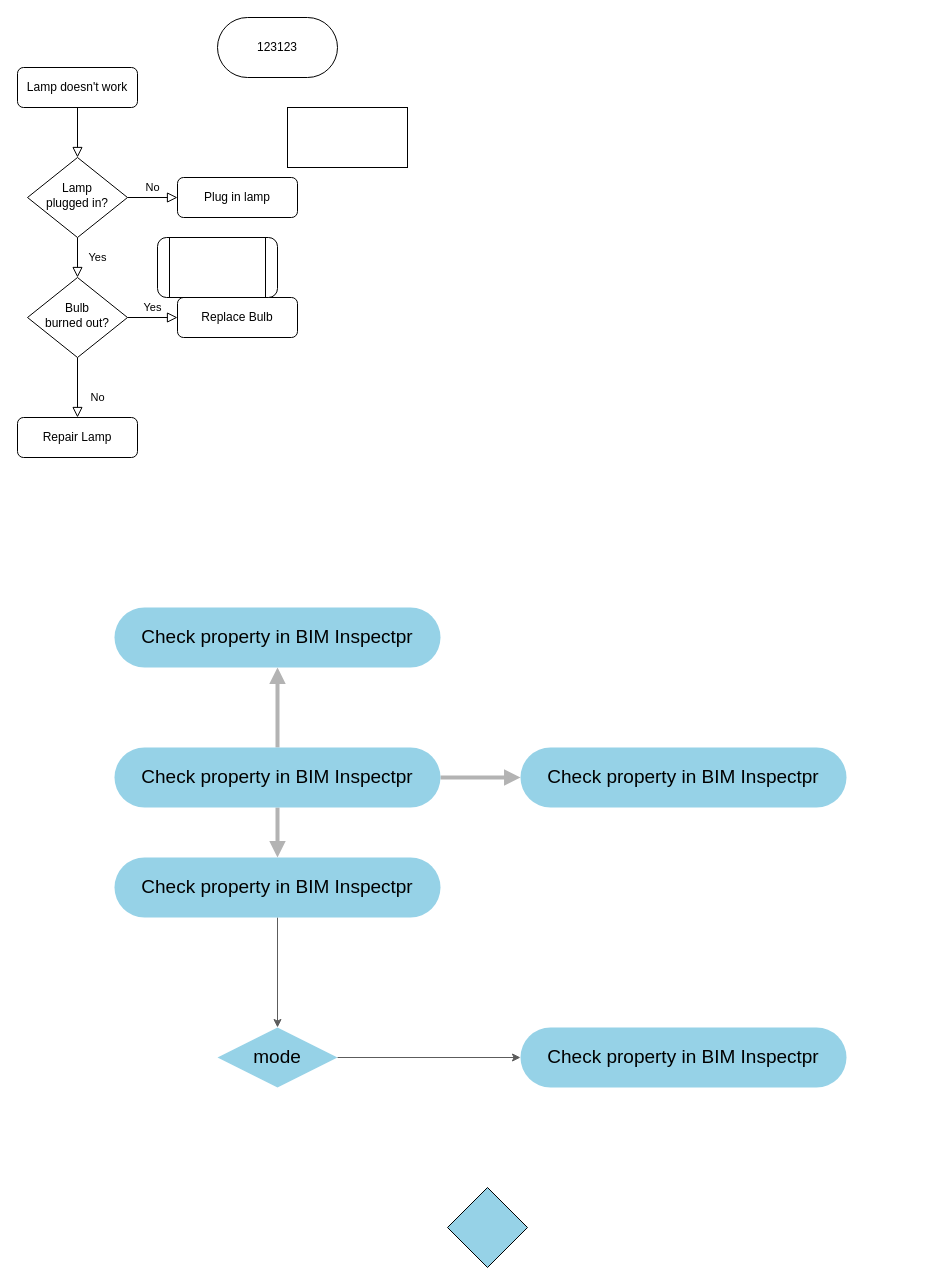
EricHsuYC/EricHsuYC.github.io keeps this draw.io diagram as Untitled Diagram.drawio. Above is the earlier version. Source tidied: cells renumbered, new cells numbered last; positions are measured from the earlier drawing's top-left corner, leaving out a move shared by most shapes. Both pictures are drawn from the tidied source at 100%, with x=0, y=0 at pixel (17, 17).
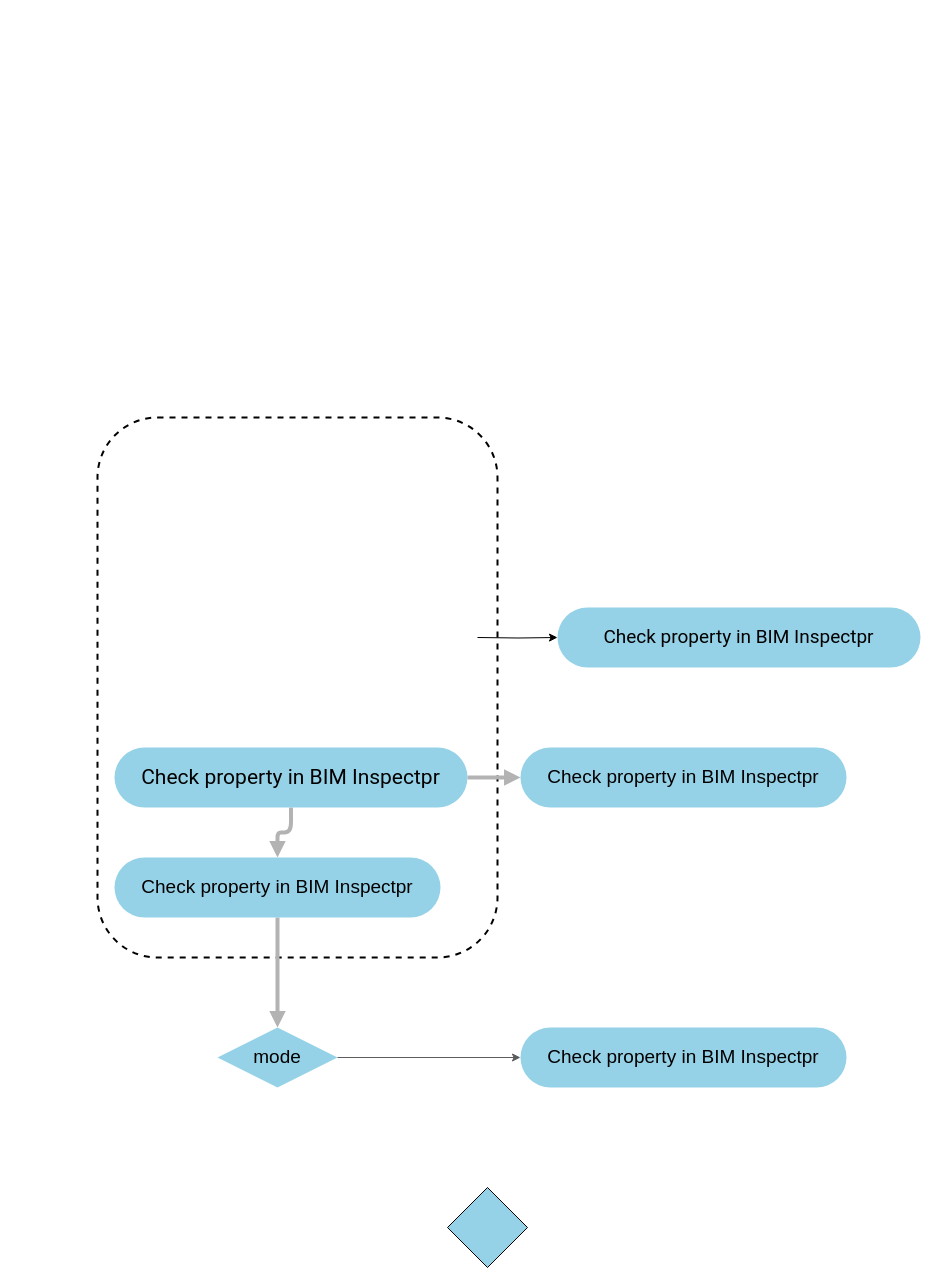
The same page after the edit.

Unchanged cells that the change refers to:
```xml
<mxCell id="23" value="&lt;font style=&quot;font-size: 19px&quot;&gt;Check property in BIM Inspectpr&lt;/font&gt;" style="rounded=1;whiteSpace=wrap;html=1;arcSize=50;fillColor=#96D2E7;strokeColor=none;" parent="1" vertex="1">
  <mxGeometry x="97" y="840" width="326" height="60" as="geometry" />
</mxCell>
<mxCell id="25" value="&lt;font style=&quot;font-size: 19px&quot;&gt;mode&lt;/font&gt;" style="rhombus;whiteSpace=wrap;html=1;rounded=0;comic=0;strokeColor=none;fillColor=#96D2E7;" parent="1" vertex="1">
  <mxGeometry x="200" y="1010" width="120" height="60" as="geometry" />
</mxCell>
```

Diff of the diagram source:
```diff
@@
-    <mxCell id="2" style="rounded=0;html=1;jettySize=auto;fontSize=11;endArrow=block;endFill=0;endSize=8;strokeWidth=1;shadow=0;labelBackgroundColor=none;edgeStyle=orthogonalEdgeStyle;" parent="1" edge="1" source="3" target="6">
-      <mxGeometry relative="1" as="geometry" />
-    </mxCell>
-    <mxCell id="3" value="Lamp doesn't work" style="rounded=1;whiteSpace=wrap;html=1;fontSize=12;glass=0;strokeWidth=1;shadow=0;" parent="1" vertex="1">
-      <mxGeometry y="50" width="120" height="40" as="geometry" />
-    </mxCell>
-    <mxCell id="4" value="Yes" style="rounded=0;html=1;jettySize=auto;fontSize=11;endArrow=block;endFill=0;endSize=8;strokeWidth=1;shadow=0;labelBackgroundColor=none;edgeStyle=orthogonalEdgeStyle;" parent="1" edge="1" source="6" target="10">
-      <mxGeometry y="20" relative="1" as="geometry" />
-    </mxCell>
-    <mxCell id="5" value="No" style="edgeStyle=orthogonalEdgeStyle;rounded=0;html=1;jettySize=auto;fontSize=11;endArrow=block;endFill=0;endSize=8;strokeWidth=1;shadow=0;labelBackgroundColor=none;" parent="1" edge="1" source="6" target="7">
-      <mxGeometry y="10" relative="1" as="geometry" />
-    </mxCell>
-    <mxCell id="6" value="Lamp&lt;br&gt;plugged in?" style="rhombus;whiteSpace=wrap;html=1;shadow=0;fontFamily=Helvetica;fontSize=12;align=center;strokeWidth=1;spacing=6;spacingTop=-4;" parent="1" vertex="1">
-      <mxGeometry x="10" y="140" width="100" height="80" as="geometry" />
-    </mxCell>
-    <mxCell id="7" value="Plug in lamp" style="rounded=1;whiteSpace=wrap;html=1;fontSize=12;glass=0;strokeWidth=1;shadow=0;" parent="1" vertex="1">
-      <mxGeometry x="160" y="160" width="120" height="40" as="geometry" />
-    </mxCell>
-    <mxCell id="8" value="No" style="rounded=0;html=1;jettySize=auto;fontSize=11;endArrow=block;endFill=0;endSize=8;strokeWidth=1;shadow=0;labelBackgroundColor=none;edgeStyle=orthogonalEdgeStyle;" parent="1" edge="1" source="10" target="11">
-      <mxGeometry x="0.33" y="20" relative="1" as="geometry" />
-    </mxCell>
-    <mxCell id="9" value="Yes" style="edgeStyle=orthogonalEdgeStyle;rounded=0;html=1;jettySize=auto;fontSize=11;endArrow=block;endFill=0;endSize=8;strokeWidth=1;shadow=0;labelBackgroundColor=none;" parent="1" edge="1" source="10" target="12">
-      <mxGeometry y="10" relative="1" as="geometry" />
-    </mxCell>
-    <mxCell id="10" value="Bulb&lt;br&gt;burned out?" style="rhombus;whiteSpace=wrap;html=1;shadow=0;fontFamily=Helvetica;fontSize=12;align=center;strokeWidth=1;spacing=6;spacingTop=-4;" parent="1" vertex="1">
-      <mxGeometry x="10" y="260" width="100" height="80" as="geometry" />
-    </mxCell>
-    <mxCell id="11" value="Repair Lamp" style="rounded=1;whiteSpace=wrap;html=1;fontSize=12;glass=0;strokeWidth=1;shadow=0;" parent="1" vertex="1">
-      <mxGeometry y="400" width="120" height="40" as="geometry" />
-    </mxCell>
-    <mxCell id="12" value="Replace Bulb" style="rounded=1;whiteSpace=wrap;html=1;fontSize=12;glass=0;strokeWidth=1;shadow=0;" parent="1" vertex="1">
-      <mxGeometry x="160" y="280" width="120" height="40" as="geometry" />
-    </mxCell>
-    <mxCell id="13" value="123123" style="rounded=1;whiteSpace=wrap;html=1;arcSize=50;" parent="1" vertex="1">
-      <mxGeometry x="200" width="120" height="60" as="geometry" />
-    </mxCell>
-    <mxCell id="14" style="shape=process;whiteSpace=wrap;html=1;backgroundOutline=1;rounded=1;" parent="1" vertex="1">
-      <mxGeometry x="140" y="220" width="120" height="60" as="geometry" />
-    </mxCell>
-    <mxCell id="15" style="shape=process;whiteSpace=wrap;html=1;backgroundOutline=1;rounded=0;size=0;" parent="1" vertex="1">
-      <mxGeometry x="270" y="90" width="120" height="60" as="geometry" />
-    </mxCell>
+    <mxCell id="28" style="rounded=1;whiteSpace=wrap;html=1;fontFamily=Verdana;fillColor=none;dashed=1;perimeterSpacing=1;strokeWidth=2;" parent="1" vertex="1">
+      <mxGeometry x="80" y="400" width="400" height="540" as="geometry" />
+    </mxCell>
@@
-    <mxCell id="18" style="edgeStyle=orthogonalEdgeStyle;rounded=1;jettySize=auto;html=1;startArrow=none;startFill=0;endArrow=block;endFill=1;strokeColor=#B3B3B3;strokeWidth=4;" parent="1" edge="1" source="19" target="20">
-      <mxGeometry relative="1" as="geometry" />
-    </mxCell>
-    <mxCell id="19" value="&lt;font style=&quot;font-size: 19px&quot;&gt;Check property in BIM Inspectpr&lt;/font&gt;" style="rounded=1;whiteSpace=wrap;html=1;arcSize=50;fillColor=#96D2E7;strokeColor=none;" parent="1" vertex="1">
-      <mxGeometry x="97" y="730" width="326" height="60" as="geometry" />
+    <mxCell id="19" value="&lt;font style=&quot;font-size: 21px&quot; face=&quot;Roboto&quot;&gt;Check property in BIM Inspectpr&lt;/font&gt;" style="rounded=1;whiteSpace=wrap;html=1;arcSize=50;fillColor=#96D2E7;strokeColor=none;" parent="1" vertex="1">
+      <mxGeometry x="97" y="730" width="353" height="60" as="geometry" />
     </mxCell>
+    <mxCell id="29" style="edgeStyle=orthogonalEdgeStyle;rounded=0;jettySize=auto;html=1;fontFamily=Verdana;" parent="1" edge="1" target="20">
+      <mxGeometry relative="1" as="geometry">
+        <mxPoint x="460" y="620" as="sourcePoint" />
+      </mxGeometry>
+    </mxCell>
-    <mxCell id="20" value="&lt;font style=&quot;font-size: 19px&quot;&gt;Check property in BIM Inspectpr&lt;/font&gt;" style="rounded=1;whiteSpace=wrap;html=1;arcSize=50;fillColor=#96D2E7;strokeColor=none;" parent="1" vertex="1">
-      <mxGeometry x="97" y="590" width="326" height="60" as="geometry" />
+    <mxCell id="20" value="&lt;font style=&quot;font-size: 19px&quot;&gt;Check property in BIM Inspectpr&lt;/font&gt;" style="rounded=1;whiteSpace=wrap;html=1;arcSize=50;fillColor=#96D2E7;strokeColor=none;fontFamily=Roboto;FType=g;" parent="1" vertex="1">
+      <mxGeometry x="540" y="590" width="363" height="60" as="geometry" />
     </mxCell>
@@
-    <mxCell id="22" style="edgeStyle=orthogonalEdgeStyle;rounded=0;jettySize=auto;html=1;strokeColor=#5C5C5C;" parent="1" edge="1" source="23" target="25">
+    <mxCell id="22" style="edgeStyle=orthogonalEdgeStyle;rounded=1;jettySize=auto;html=1;strokeColor=#B3B3B3;strokeWidth=4;endFill=1;endArrow=block;startFill=0;startArrow=none;" parent="1" edge="1" source="23" target="25">
       <mxGeometry relative="1" as="geometry" />
     </mxCell>
```
